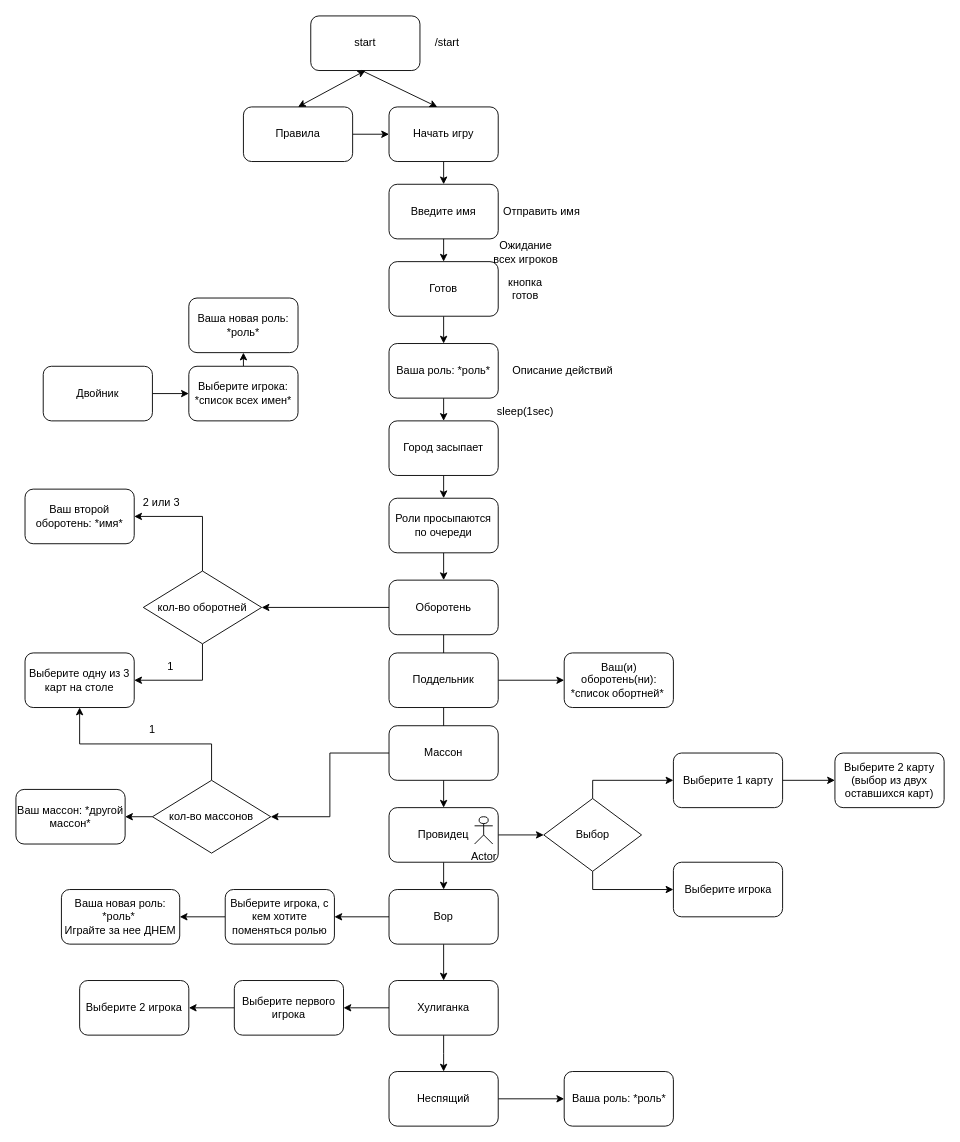
This is page "Страница — 1" (1 of 2) of Диаграмма без названия.drawio from HereWeGoFirstly/WerewolvessGameBot, a draw.io file, before an edit. Source tidied: cells renumbered, new cells numbered last; positions are measured from the earlier drawing's top-left corner, leaving out a move shared by most shapes. Both pictures are drawn from the tidied source at 91%, with x=0, y=0 at pixel (15, 15).
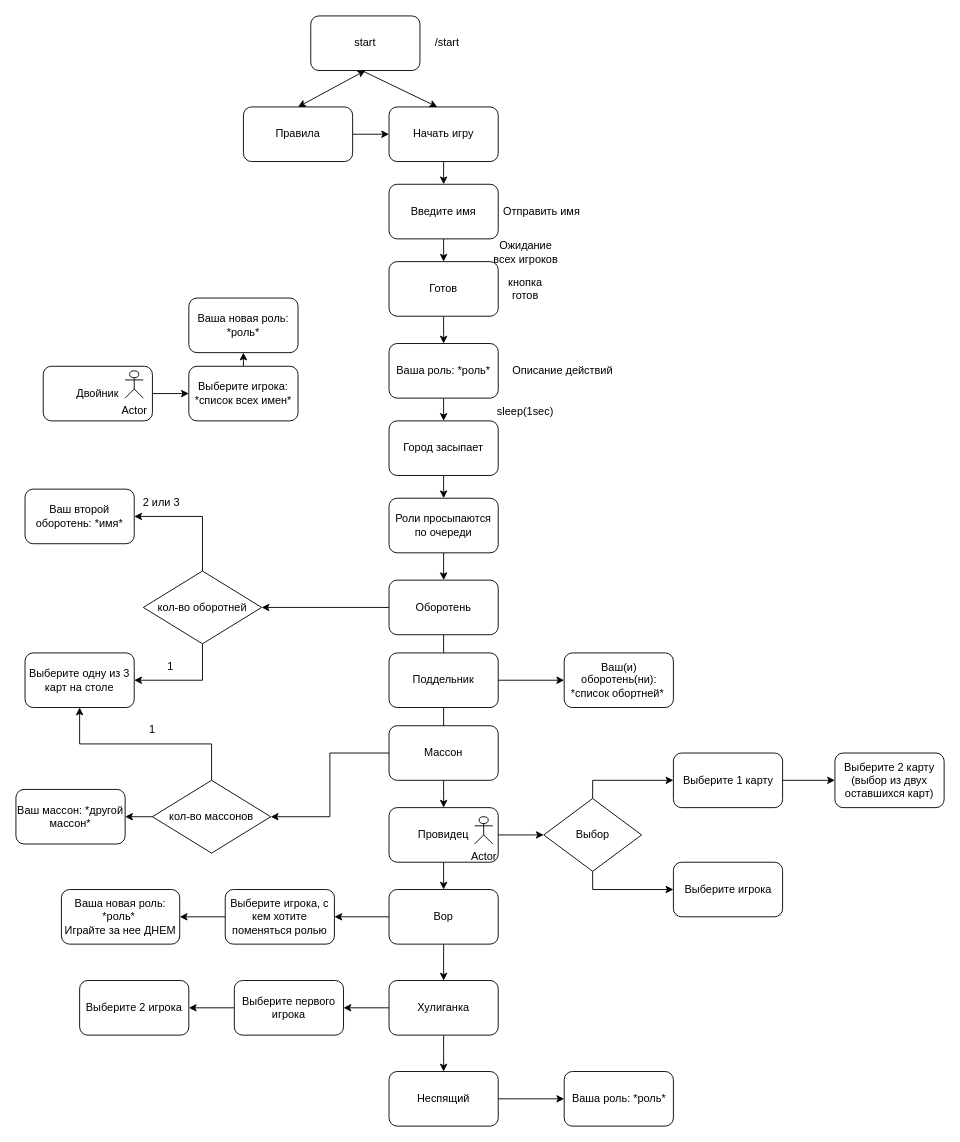
Above is the later version.

Change to the diagram source:
```diff
@@
+    <mxCell id="78" value="Actor" style="shape=umlActor;verticalLabelPosition=bottom;verticalAlign=top;html=1;" parent="1" vertex="1">
+      <mxGeometry x="120" y="390" width="20" height="30" as="geometry" />
+    </mxCell>
```
